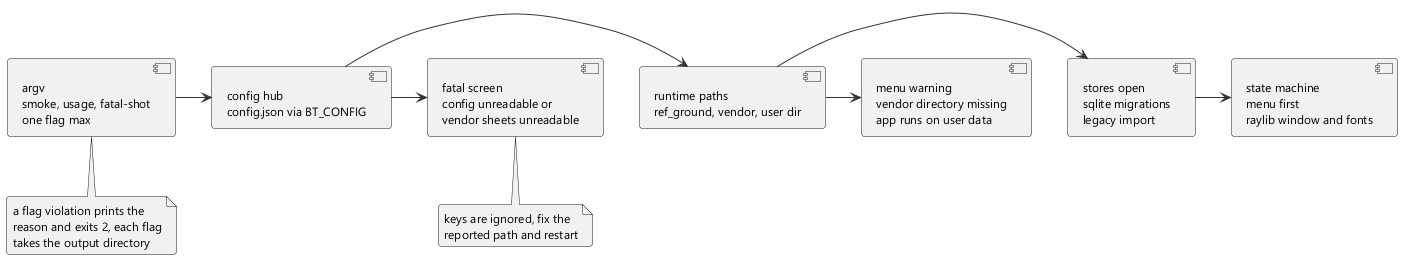
Before: docs/diagrams/06-app-boot.png, a diagram exported from PlantUML (lavantien/blind-trainer).
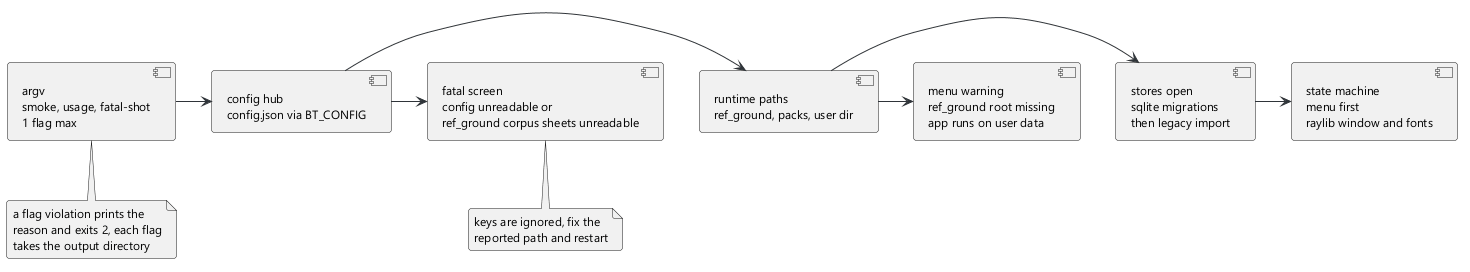
Above is the later version.

The edit, as a diff of the source:
```diff
@@ -5,13 +5,13 @@
 skinparam roundCorner 6
 skinparam ArrowColor #2f3439
 skinparam NoteBackgroundColor #f4f5f6
-component "argv\nsmoke, usage, fatal-shot\none flag max" as argv
+component "argv\nsmoke, usage, fatal-shot\n1 flag max" as argv
 component "config hub\nconfig.json via BT_CONFIG" as config
-component "runtime paths\nref_ground, vendor, user dir" as paths
-component "stores open\nsqlite migrations\nlegacy import" as stores
+component "runtime paths\nref_ground, packs, user dir" as paths
+component "stores open\nsqlite migrations\nthen legacy import" as stores
 component "state machine\nmenu first\nraylib window and fonts" as machine
-component "fatal screen\nconfig unreadable or\nvendor sheets unreadable" as fatal
-component "menu warning\nvendor directory missing\napp runs on user data" as warn
+component "fatal screen\nconfig unreadable or\nref_ground corpus sheets unreadable" as fatal
+component "menu warning\nref_ground root missing\napp runs on user data" as warn
 argv -> config
 config -> paths
 paths -> stores
```
